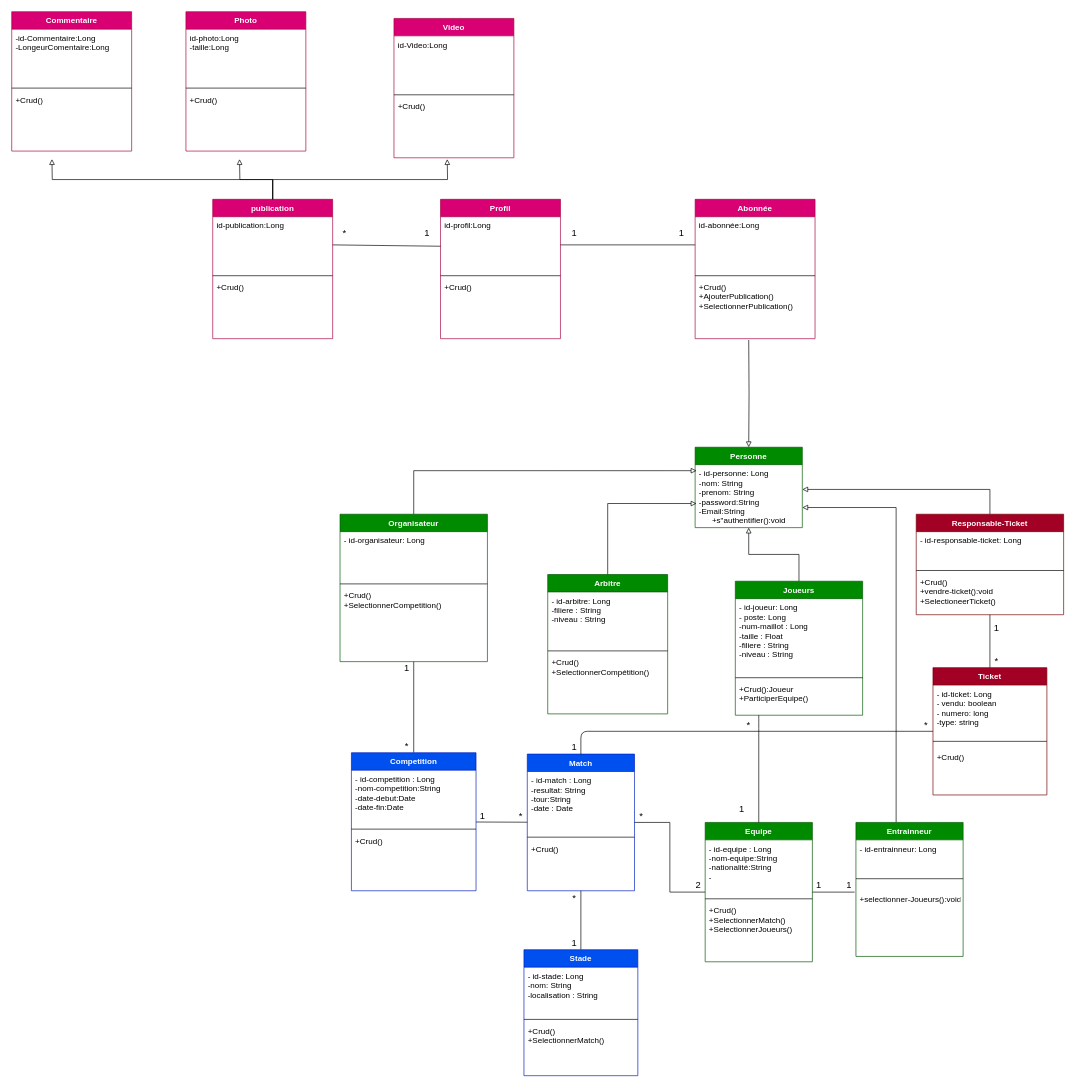
Earlier version of the draw.io diagram page "Page-1" (1 of 2) of Conception/Diagramme cas d'utilisation V1.drawio (ichrak-star/PISymfony). Source tidied: cells renumbered, new cells numbered last; positions are measured from the earlier drawing's top-left corner, leaving out a move shared by most shapes. Both pictures are drawn from the tidied source at 67%, with x=0, y=0 at pixel (11, 11).
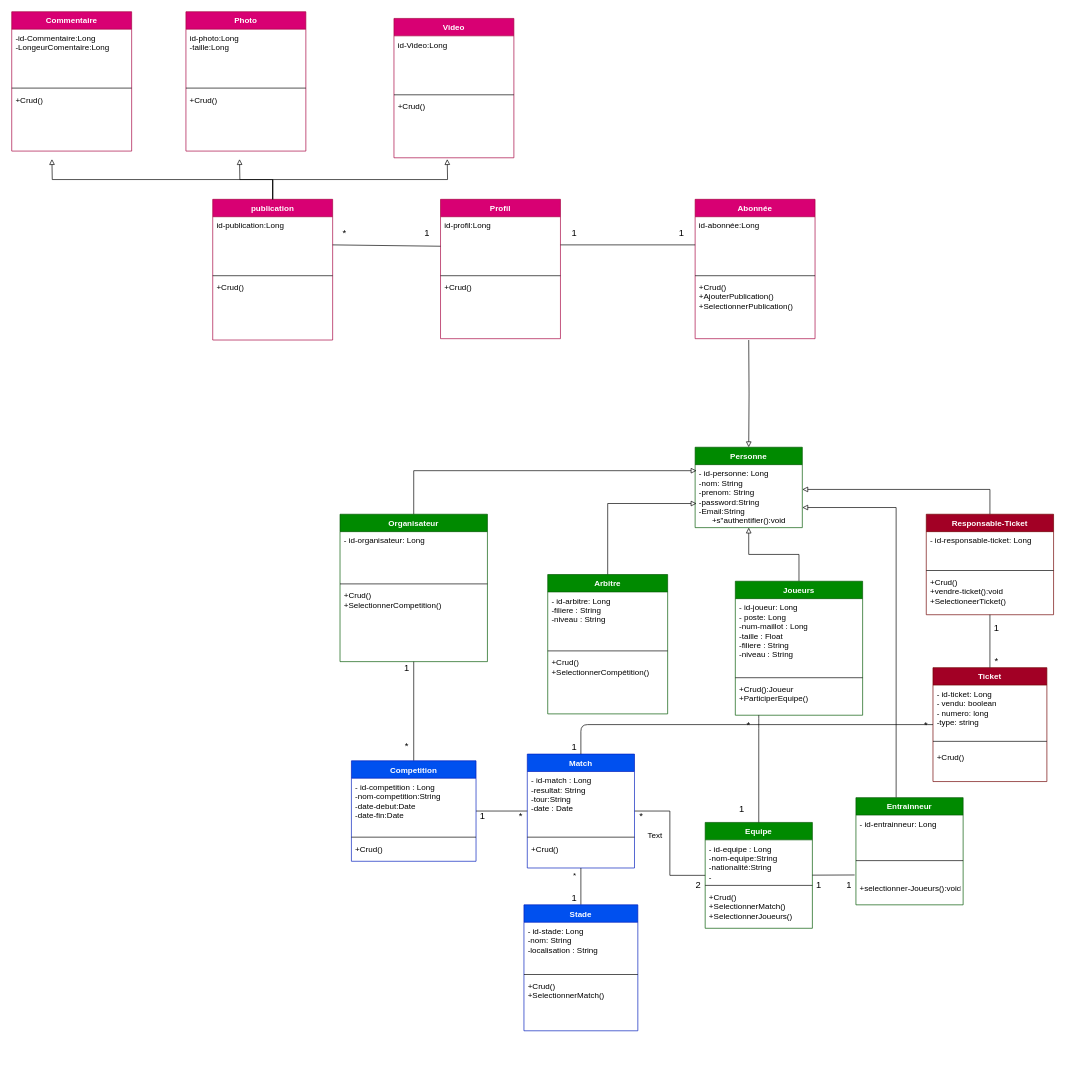
After the change.

What changed in the source:
```diff
@@
     <mxCell id="11" value="Equipe" style="swimlane;fontStyle=1;align=center;verticalAlign=top;horizontal=1;startSize=26;fillColor=#008a00;strokeColor=#005700;fontColor=#ffffff;" parent="1" vertex="1">
-      <mxGeometry x="1035" y="1210" width="160" height="208" as="geometry" />
+      <mxGeometry x="1035" y="1210" width="160" height="158" as="geometry" />
     </mxCell>
     <mxCell id="12" value="- id-equipe : Long&#10;-nom-equipe:String&#10;-nationalité:String&#10;-" style="text;strokeColor=none;fillColor=none;align=left;verticalAlign=top;spacingLeft=4;spacingRight=4;overflow=hidden;" parent="11" vertex="1">
-      <mxGeometry y="26" width="160" height="84" as="geometry" />
+      <mxGeometry y="26" width="160" height="64" as="geometry" />
     </mxCell>
     <mxCell id="13" style="line;strokeWidth=1;fillColor=none;align=left;verticalAlign=middle;spacingTop=-1;spacingLeft=3;spacingRight=3;labelPosition=right;" parent="11" vertex="1">
-      <mxGeometry y="110" width="160" height="8" as="geometry" />
+      <mxGeometry y="90" width="160" height="8" as="geometry" />
     </mxCell>
     <mxCell id="14" value="+Crud()&#10;+SelectionnerMatch()&#10;+SelectionnerJoueurs()" style="text;strokeColor=none;fillColor=none;align=left;verticalAlign=top;spacingLeft=4;spacingRight=4;overflow=hidden;" parent="11" vertex="1">
-      <mxGeometry y="118" width="160" height="90" as="geometry" />
+      <mxGeometry y="98" width="160" height="60" as="geometry" />
     </mxCell>
@@
     <mxCell id="16" value="Match" style="swimlane;fontStyle=1;align=center;verticalAlign=top;horizontal=1;startSize=26;fillColor=#0050ef;strokeColor=#001DBC;fontColor=#ffffff;" parent="1" vertex="1">
-      <mxGeometry x="769.5" y="1108" width="160" height="204" as="geometry" />
+      <mxGeometry x="769.5" y="1108" width="160" height="170" as="geometry" />
     </mxCell>
@@
     <mxCell id="19" value="+Crud()" style="text;strokeColor=none;fillColor=none;align=left;verticalAlign=top;spacingLeft=4;spacingRight=4;overflow=hidden;" parent="16" vertex="1">
-      <mxGeometry y="128" width="160" height="76" as="geometry" />
+      <mxGeometry y="128" width="160" height="42" as="geometry" />
     </mxCell>
@@
     <mxCell id="21" value="Competition" style="swimlane;fontStyle=1;align=center;verticalAlign=top;horizontal=1;startSize=26;fillColor=#0050ef;strokeColor=#001DBC;fontColor=#ffffff;" parent="1" vertex="1">
-      <mxGeometry x="507" y="1106" width="186" height="206" as="geometry" />
+      <mxGeometry x="507" y="1118" width="186" height="150" as="geometry" />
     </mxCell>
@@
     <mxCell id="24" value="+Crud()" style="text;strokeColor=none;fillColor=none;align=left;verticalAlign=top;spacingLeft=4;spacingRight=4;overflow=hidden;" parent="21" vertex="1">
-      <mxGeometry y="118" width="186" height="88" as="geometry" />
+      <mxGeometry y="118" width="186" height="32" as="geometry" />
     </mxCell>
@@
     <mxCell id="27" value="Entrainneur" style="swimlane;fontStyle=1;align=center;verticalAlign=top;horizontal=1;startSize=26;fillColor=#008a00;strokeColor=#005700;fontColor=#ffffff;" parent="1" vertex="1">
-      <mxGeometry x="1260" y="1210" width="160" height="200" as="geometry" />
+      <mxGeometry x="1260" y="1173" width="160" height="160" as="geometry" />
     </mxCell>
@@
     <mxCell id="29" style="line;strokeWidth=1;fillColor=none;align=left;verticalAlign=middle;spacingTop=-1;spacingLeft=3;spacingRight=3;labelPosition=right;" parent="27" vertex="1">
-      <mxGeometry y="80" width="160" height="8" as="geometry" />
+      <mxGeometry y="80" width="160" height="28" as="geometry" />
     </mxCell>
     <mxCell id="30" value="&#10;+selectionner-Joueurs():void&#10;" style="text;strokeColor=none;fillColor=none;align=left;verticalAlign=top;spacingLeft=4;spacingRight=4;overflow=hidden;points=[[0,0.5],[1,0.5]];portConstraint=eastwest;" parent="27" vertex="1">
-      <mxGeometry y="88" width="160" height="112" as="geometry" />
+      <mxGeometry y="108" width="160" height="52" as="geometry" />
     </mxCell>
@@
     <mxCell id="42" value="Stade" style="swimlane;fontStyle=1;align=center;verticalAlign=top;horizontal=1;startSize=26;fillColor=#0050ef;strokeColor=#001DBC;fontColor=#ffffff;" parent="1" vertex="1">
-      <mxGeometry x="764.5" y="1400" width="170" height="188" as="geometry" />
+      <mxGeometry x="764.5" y="1333" width="170" height="188" as="geometry" />
     </mxCell>
@@
     <mxCell id="47" value="Responsable-Ticket" style="swimlane;fontStyle=1;align=center;verticalAlign=top;horizontal=1;startSize=26;fillColor=#a20025;strokeColor=#6F0000;fontColor=#ffffff;" parent="1" vertex="1">
-      <mxGeometry x="1350" y="750" width="220" height="150" as="geometry" />
+      <mxGeometry x="1365" y="750" width="190" height="150" as="geometry" />
     </mxCell>
     <mxCell id="48" value="- id-responsable-ticket: Long&#10;" style="text;strokeColor=none;fillColor=none;align=left;verticalAlign=top;spacingLeft=4;spacingRight=4;overflow=hidden;" parent="47" vertex="1">
-      <mxGeometry y="26" width="220" height="54" as="geometry" />
+      <mxGeometry y="26" width="190" height="54" as="geometry" />
     </mxCell>
     <mxCell id="49" style="line;strokeWidth=1;fillColor=none;align=left;verticalAlign=middle;spacingTop=-1;spacingLeft=3;spacingRight=3;labelPosition=right;" parent="47" vertex="1">
-      <mxGeometry y="80" width="220" height="8" as="geometry" />
+      <mxGeometry y="80" width="190" height="8" as="geometry" />
     </mxCell>
     <mxCell id="50" value="+Crud()&#10;+vendre-ticket():void&#10;+SelectioneerTicket()" style="text;strokeColor=none;fillColor=none;align=left;verticalAlign=top;spacingLeft=4;spacingRight=4;overflow=hidden;" parent="47" vertex="1">
-      <mxGeometry y="88" width="220" height="62" as="geometry" />
+      <mxGeometry y="88" width="190" height="62" as="geometry" />
     </mxCell>
     <mxCell id="51" value="Ticket" style="swimlane;fontStyle=1;align=center;verticalAlign=top;horizontal=1;startSize=26;fillColor=#a20025;strokeColor=#6F0000;fontColor=#ffffff;" parent="1" vertex="1">
-      <mxGeometry x="1375" y="979" width="170" height="190" as="geometry" />
+      <mxGeometry x="1375" y="979" width="170" height="170" as="geometry" />
     </mxCell>
@@
     <mxCell id="54" value="+Crud()" style="text;strokeColor=none;fillColor=none;align=left;verticalAlign=top;spacingLeft=4;spacingRight=4;overflow=hidden;" parent="51" vertex="1">
-      <mxGeometry y="120" width="170" height="70" as="geometry" />
+      <mxGeometry y="120" width="170" height="50" as="geometry" />
     </mxCell>
@@
-    <mxCell id="66" value="&lt;font style=&quot;font-size: 14px&quot;&gt;*&lt;/font&gt;" style="text;html=1;strokeColor=none;fillColor=none;align=center;verticalAlign=middle;whiteSpace=wrap;rounded=0;" parent="1" vertex="1">
+    <mxCell id="66" value="&lt;font style=&quot;font-size: 14px&quot;&gt;1&lt;/font&gt;" style="text;html=1;strokeColor=none;fillColor=none;align=center;verticalAlign=middle;whiteSpace=wrap;rounded=0;" parent="1" vertex="1">
       <mxGeometry x="830" y="1313" width="20" height="20" as="geometry" />
     </mxCell>
-    <mxCell id="67" value="&lt;font style=&quot;font-size: 14px&quot;&gt;1&lt;/font&gt;" style="text;html=1;strokeColor=none;fillColor=none;align=center;verticalAlign=middle;whiteSpace=wrap;rounded=0;" parent="1" vertex="1">
-      <mxGeometry x="830" y="1380" width="20" height="20" as="geometry" />
-    </mxCell>
@@
     <mxCell id="84" value="publication" style="swimlane;fontStyle=1;align=center;verticalAlign=top;horizontal=1;startSize=26;fillColor=#d80073;strokeColor=#A50040;fontColor=#ffffff;" parent="1" vertex="1">
-      <mxGeometry x="300" y="280" width="179" height="208" as="geometry" />
+      <mxGeometry x="300" y="280" width="179" height="210" as="geometry" />
     </mxCell>
@@
     <mxCell id="87" value="+Crud()&#10;" style="text;strokeColor=none;fillColor=none;align=left;verticalAlign=top;spacingLeft=4;spacingRight=4;overflow=hidden;" parent="84" vertex="1">
-      <mxGeometry y="118" width="179" height="90" as="geometry" />
+      <mxGeometry y="118" width="179" height="92" as="geometry" />
     </mxCell>
@@
+    <mxCell id="109" value="Text" style="text;html=1;align=center;verticalAlign=middle;strokeColor=none;" parent="1" vertex="1">
+      <mxGeometry x="940" y="1220" width="40" height="20" as="geometry" />
+    </mxCell>
+    <mxCell id="110" value="*" style="text;html=1;align=center;verticalAlign=middle;strokeColor=none;" parent="1" vertex="1">
+      <mxGeometry x="830" y="1279" width="20" height="20" as="geometry" />
+    </mxCell>
```
